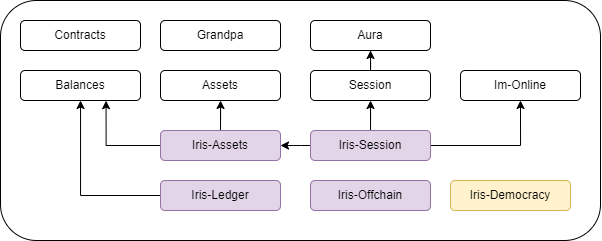
Before: resources/runtime_modules.png, a diagram exported from draw.io (ideal-lab5/ideal-lab5.github.io). Source tidied: cells renumbered, new cells last; positions are measured from the earlier drawing's top-left corner, leaving out a move shared by most shapes.
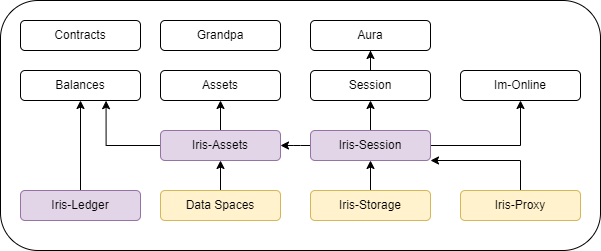
Above is the later version.

What changed in the source:
```diff
@@ -3,7 +3,7 @@
     <mxCell id="0" />
     <mxCell id="1" parent="0" />
     <mxCell id="2" style="rounded=1;whiteSpace=wrap;html=1;" parent="1" vertex="1">
-      <mxGeometry width="600" height="240" as="geometry" />
+      <mxGeometry width="600" height="250" as="geometry" />
     </mxCell>
     <mxCell id="3" value="Grandpa" style="rounded=1;whiteSpace=wrap;html=1;" parent="1" vertex="1">
       <mxGeometry x="160" y="20" width="120" height="30" as="geometry" />
@@ -52,19 +52,37 @@
       <mxGeometry relative="1" as="geometry" />
     </mxCell>
     <mxCell id="17" value="Iris-Ledger" style="rounded=1;whiteSpace=wrap;html=1;fillColor=#e1d5e7;strokeColor=#9673a6;" parent="1" vertex="1">
-      <mxGeometry x="160" y="180" width="120" height="30" as="geometry" />
+      <mxGeometry x="20" y="190" width="120" height="30" as="geometry" />
     </mxCell>
-    <mxCell id="18" value="Iris-Offchain" style="rounded=1;whiteSpace=wrap;html=1;fillColor=#e1d5e7;strokeColor=#9673a6;" parent="1" vertex="1">
-      <mxGeometry x="310" y="180" width="120" height="30" as="geometry" />
-    </mxCell>
     <mxCell id="19" value="Balances" style="rounded=1;whiteSpace=wrap;html=1;" parent="1" vertex="1">
       <mxGeometry x="20" y="70" width="120" height="30" as="geometry" />
     </mxCell>
+    <mxCell id="22" style="edgeStyle=orthogonalEdgeStyle;rounded=0;jettySize=auto;html=1;" parent="1" edge="1" source="20" target="8">
+      <mxGeometry relative="1" as="geometry" />
+    </mxCell>
-    <mxCell id="20" value="Iris-Democracy" style="rounded=1;whiteSpace=wrap;html=1;fillColor=#fff2cc;strokeColor=#d6b656;" parent="1" vertex="1">
-      <mxGeometry x="450" y="180" width="120" height="30" as="geometry" />
+    <mxCell id="20" value="Iris-Storage" style="rounded=1;whiteSpace=wrap;html=1;fillColor=#fff2cc;strokeColor=#d6b656;" parent="1" vertex="1">
+      <mxGeometry x="310" y="190" width="120" height="30" as="geometry" />
     </mxCell>
     <mxCell id="21" value="Contracts" style="rounded=1;whiteSpace=wrap;html=1;" parent="1" vertex="1">
       <mxGeometry x="20" y="20" width="120" height="30" as="geometry" />
     </mxCell>
+    <mxCell id="23" style="edgeStyle=orthogonalEdgeStyle;rounded=0;jettySize=auto;html=1;" parent="1" edge="1" source="24">
+      <mxGeometry relative="1" as="geometry">
+        <mxPoint x="220" y="160" as="targetPoint" />
+      </mxGeometry>
+    </mxCell>
+    <mxCell id="24" value="Data Spaces" style="rounded=1;whiteSpace=wrap;html=1;fillColor=#fff2cc;strokeColor=#d6b656;" parent="1" vertex="1">
+      <mxGeometry x="160" y="190" width="120" height="30" as="geometry" />
+    </mxCell>
+    <mxCell id="25" style="edgeStyle=orthogonalEdgeStyle;rounded=0;jettySize=auto;html=1;" parent="1" edge="1" source="26" target="8">
+      <mxGeometry relative="1" as="geometry">
+        <Array as="points">
+          <mxPoint x="520" y="160" />
+        </Array>
+      </mxGeometry>
+    </mxCell>
+    <mxCell id="26" value="Iris-Proxy" style="rounded=1;whiteSpace=wrap;html=1;fillColor=#fff2cc;strokeColor=#d6b656;" parent="1" vertex="1">
+      <mxGeometry x="460" y="190" width="120" height="30" as="geometry" />
+    </mxCell>
   </root>
 </mxGraphModel>
```
